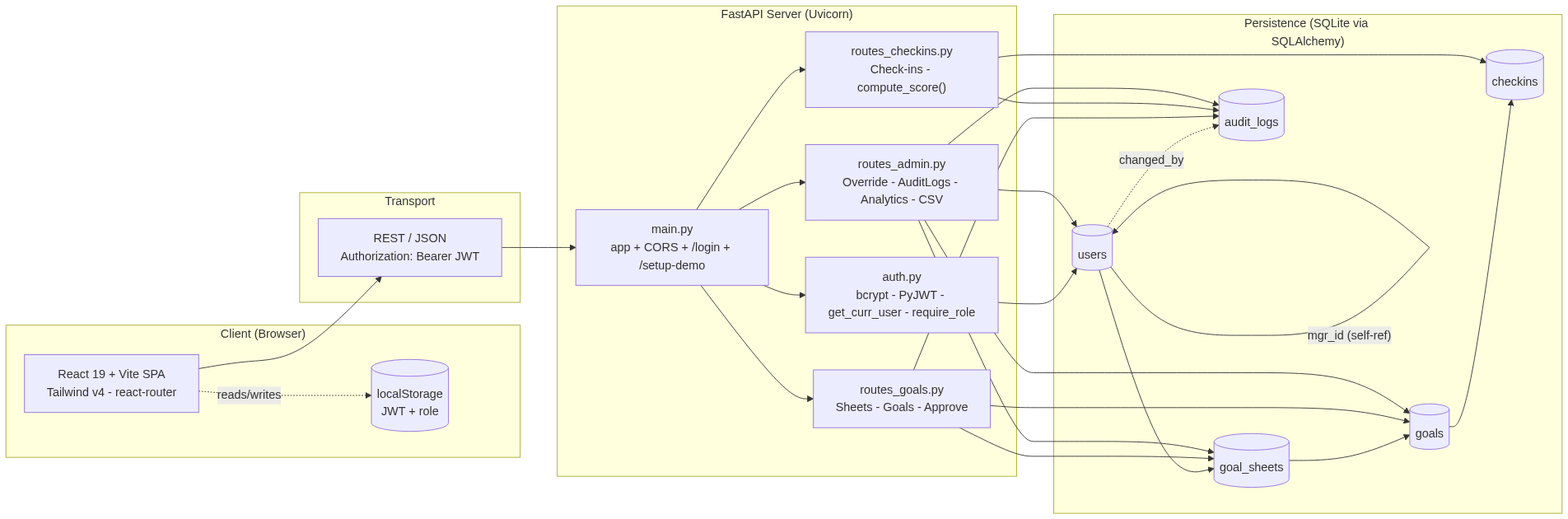
Earlier version of the Mermaid export docs/architecture.png (dharmendra26-wiz/AtomTracker). Its source is kept beside it as docs/architecture.mmd.
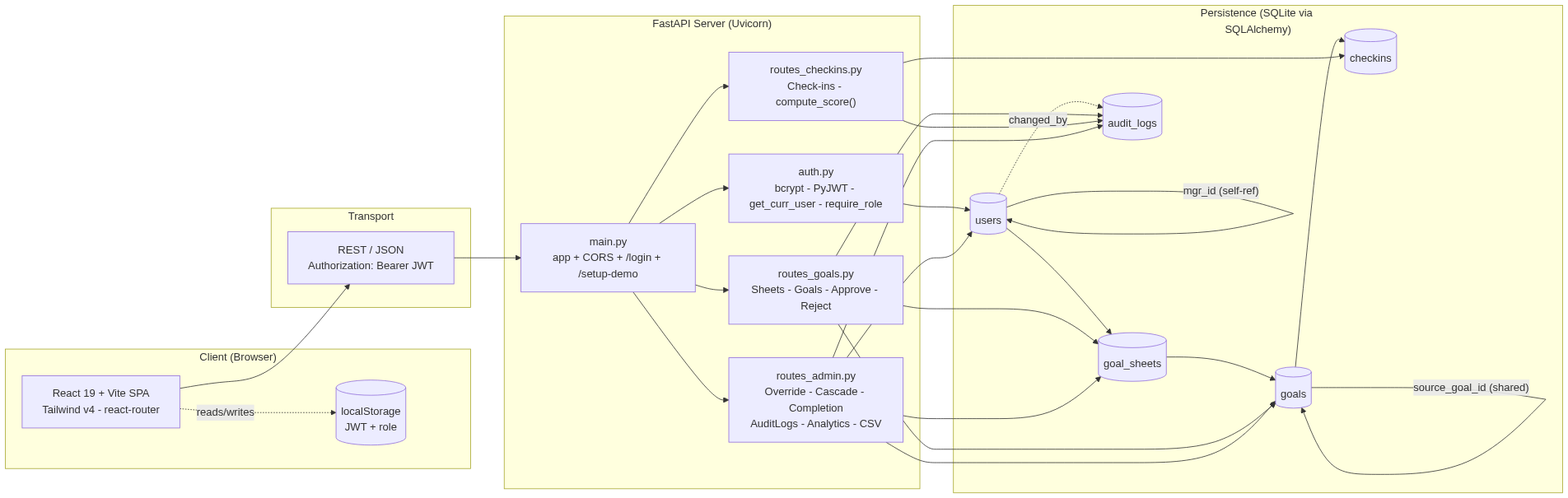
The same file after the commit.

Commit message:
Add shared goals, completion dashboard, rework, manager edits

Change to the diagram source:
```diff
@@ -12,9 +12,9 @@
     subgraph SERVER["FastAPI Server (Uvicorn)"]
         MAIN["main.py<br/>app + CORS + /login + /setup-demo"]
         AUTH["auth.py<br/>bcrypt - PyJWT - get_curr_user - require_role"]
-        R_GOALS["routes_goals.py<br/>Sheets - Goals - Approve"]
+        R_GOALS["routes_goals.py<br/>Sheets - Goals - Approve - Reject"]
         R_CHK["routes_checkins.py<br/>Check-ins - compute_score()"]
-        R_ADMIN["routes_admin.py<br/>Override - AuditLogs - Analytics - CSV"]
+        R_ADMIN["routes_admin.py<br/>Override - Cascade - Completion<br/>AuditLogs - Analytics - CSV"]
         MAIN --> AUTH
         MAIN --> R_GOALS
         MAIN --> R_CHK
@@ -31,6 +31,7 @@
         T_USER --> T_SHEET
         T_SHEET --> T_GOAL
         T_GOAL --> T_CHK
+        T_GOAL -- "source_goal_id (shared)" --> T_GOAL
         T_USER -. "changed_by" .-> T_AUDIT
     end
 
```
